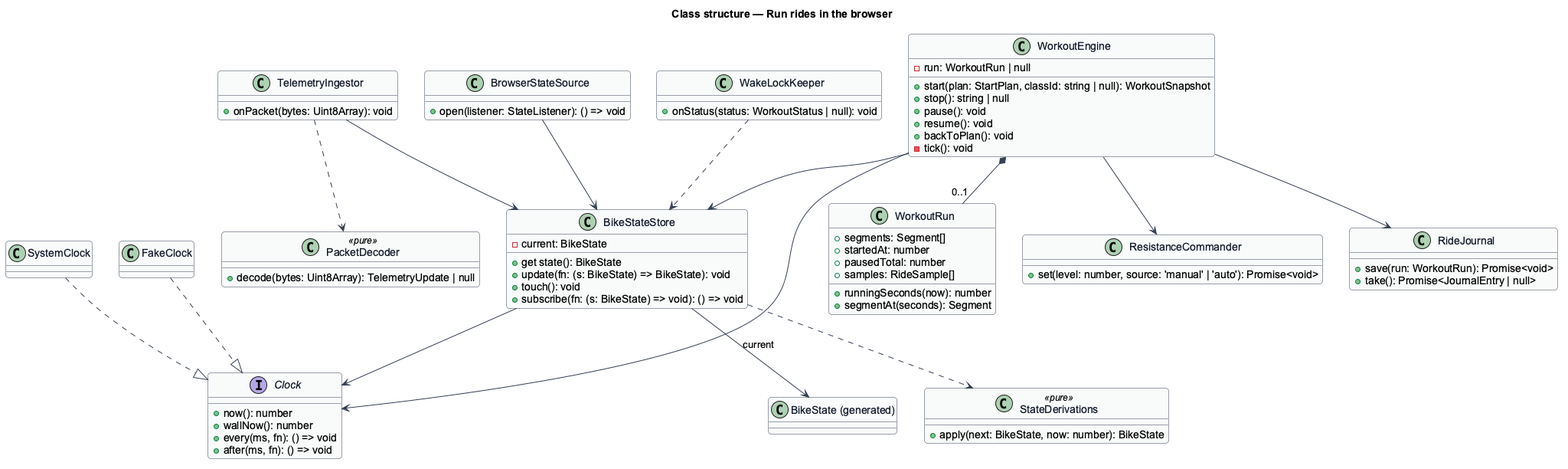
Earlier version of the PlantUML export docs/detailed-designs/browser-edition/run-rides-in-browser/diagrams/class-structure.png (QuinntyneBrown/ride-one). The source it was exported from:
```plantuml
@startuml
skinparam backgroundColor #FFFFFF
skinparam shadowing false
skinparam roundcorner 8
skinparam defaultFontName Arial
skinparam ArrowColor #344054
skinparam class {
  BorderColor #344054
  FontColor #101828
  BackgroundColor #F9FAFB
}
title Class structure — Run rides in the browser

interface Clock {
  +now(): number
  +wallNow(): number
  +every(ms, fn): () => void
  +after(ms, fn): () => void
}
class SystemClock
class FakeClock
class BikeStateStore {
  -current: BikeState
  +get state(): BikeState
  +update(fn: (s: BikeState) => BikeState): void
  +touch(): void
  +subscribe(fn: (s: BikeState) => void): () => void
}
class StateDerivations <<pure>> {
  +apply(next: BikeState, now: number): BikeState
}
class PacketDecoder <<pure>> {
  +decode(bytes: Uint8Array): TelemetryUpdate | null
}
class TelemetryIngestor {
  +onPacket(bytes: Uint8Array): void
}
class WorkoutEngine {
  -run: WorkoutRun | null
  +start(plan: StartPlan, classId: string | null): WorkoutSnapshot
  +stop(): string | null
  +pause(): void
  +resume(): void
  +backToPlan(): void
  -tick(): void
}
class WorkoutRun {
  +segments: Segment[]
  +startedAt: number
  +pausedTotal: number
  +samples: RideSample[]
  +runningSeconds(now): number
  +segmentAt(seconds): Segment
}
class ResistanceCommander {
  +set(level: number, source: 'manual' | 'auto'): Promise<void>
}
class BrowserStateSource {
  +open(listener: StateListener): () => void
}
class RideJournal {
  +save(run: WorkoutRun): Promise<void>
  +take(): Promise<JournalEntry | null>
}
class WakeLockKeeper {
  +onStatus(status: WorkoutStatus | null): void
}
class "BikeState (generated)" as BikeState

SystemClock ..|> Clock
FakeClock ..|> Clock
BikeStateStore ..> StateDerivations
BikeStateStore --> Clock
BikeStateStore --> BikeState : current
TelemetryIngestor ..> PacketDecoder
TelemetryIngestor --> BikeStateStore
WorkoutEngine --> Clock
WorkoutEngine *-- "0..1" WorkoutRun
WorkoutEngine --> ResistanceCommander
WorkoutEngine --> BikeStateStore
WorkoutEngine --> RideJournal
BrowserStateSource --> BikeStateStore
WakeLockKeeper ..> BikeStateStore
@enduml
```
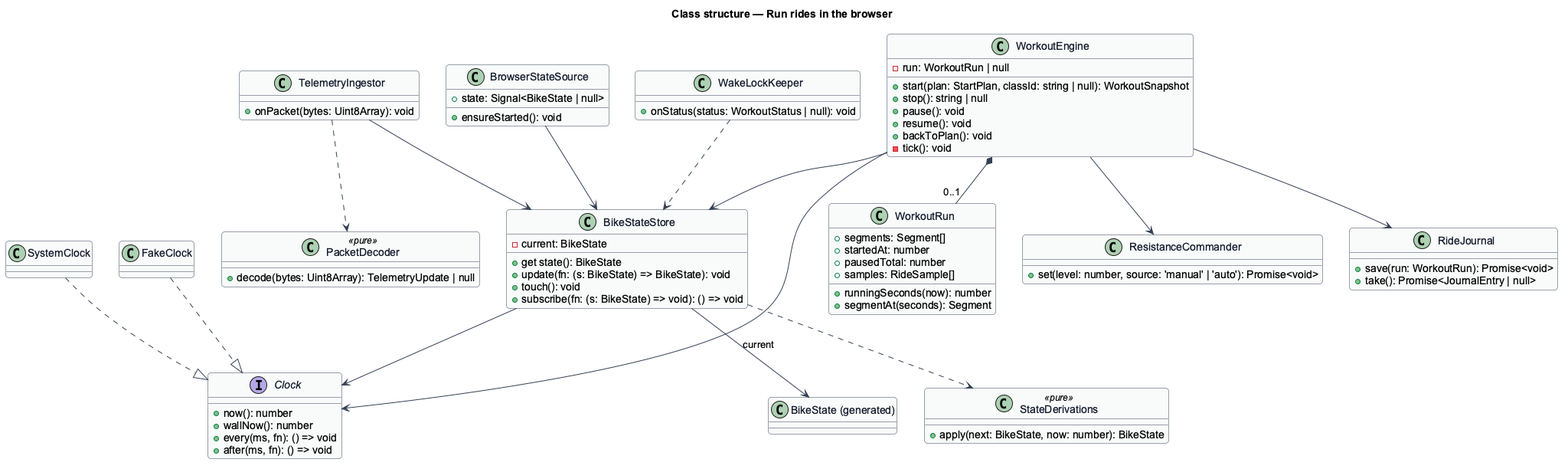
After the commit.

Diff of the diagram source:
```diff
@@ -56,7 +56,8 @@
   +set(level: number, source: 'manual' | 'auto'): Promise<void>
 }
 class BrowserStateSource {
-  +open(listener: StateListener): () => void
+  +state: Signal<BikeState | null>
+  +ensureStarted(): void
 }
 class RideJournal {
   +save(run: WorkoutRun): Promise<void>
```
